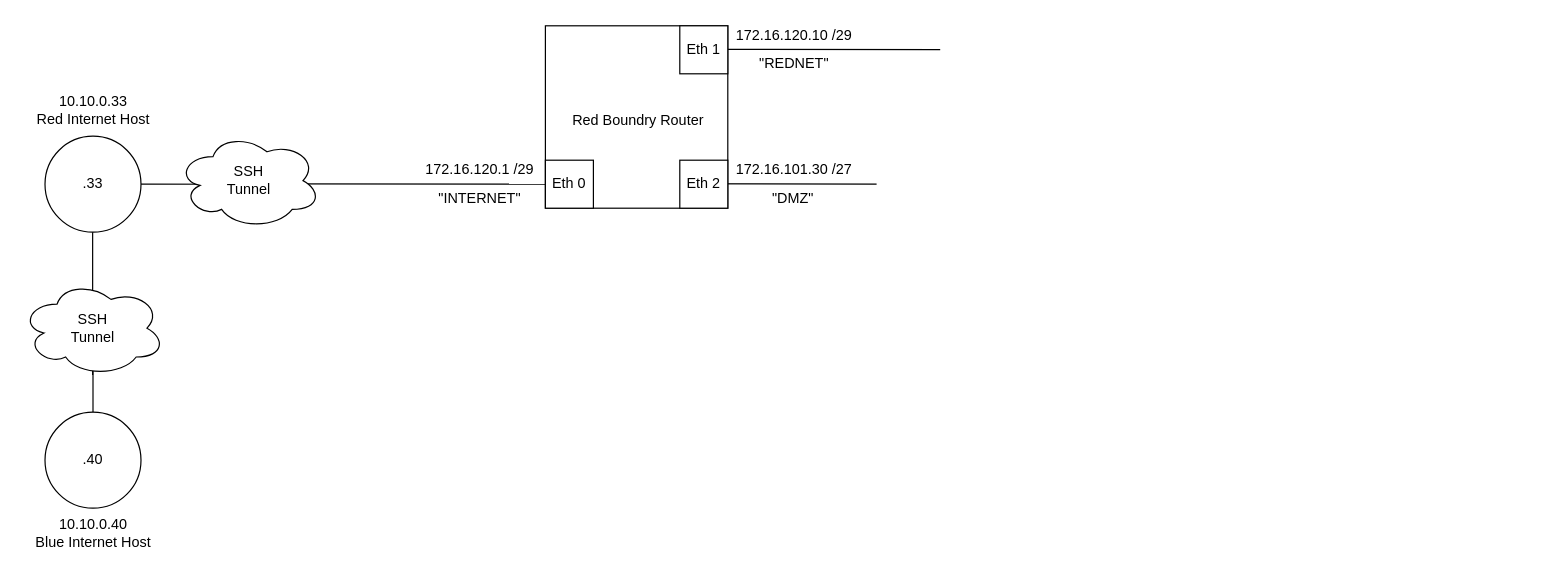
This is Untitled Diagram.drawio from Collusion22/network-map, a draw.io file, before an edit. Source tidied: cells renumbered, new cells numbered last; positions are measured from the earlier drawing's top-left corner, leaving out a move shared by most shapes. Both pictures are drawn from the tidied source at 120%, with x=0, y=0 at pixel (20, 20).
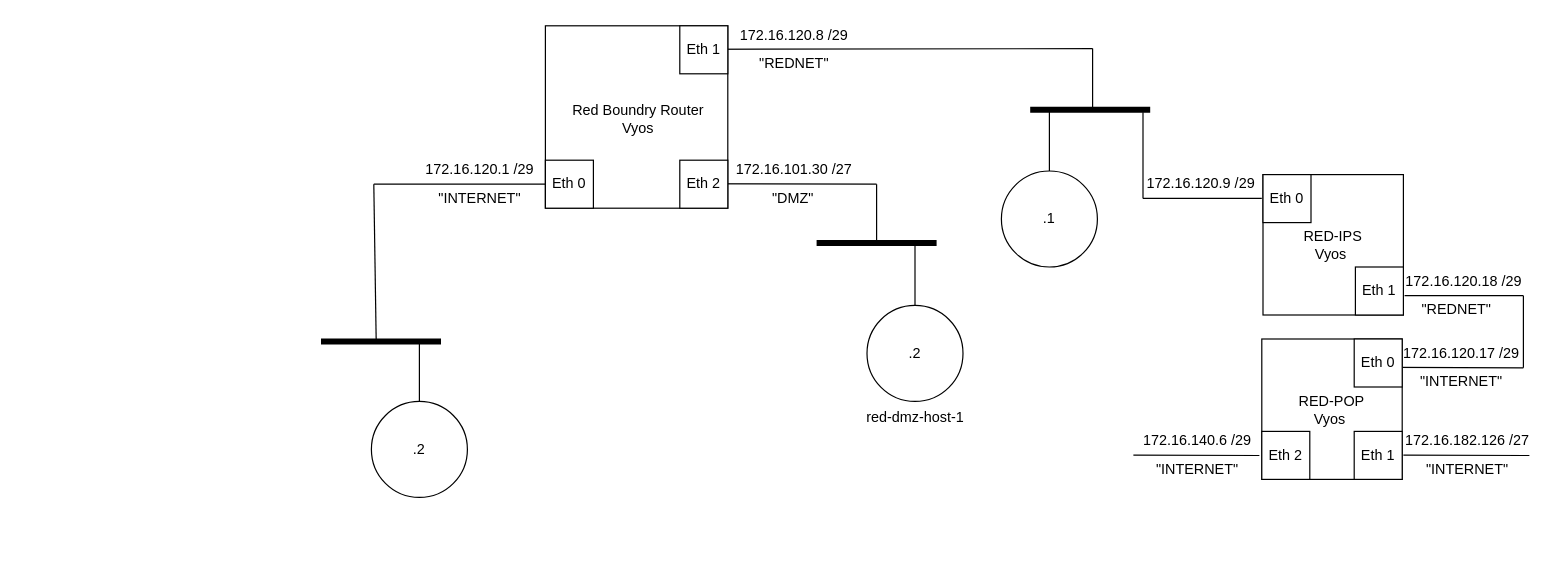
After the change.

Unchanged cells that the change refers to:
```xml
<mxCell id="19" value="Eth 0" style="whiteSpace=wrap;html=1;" parent="1" vertex="1">
  <mxGeometry x="437" y="116" width="40" height="40" as="geometry" />
</mxCell>
```

Diff of the diagram source:
```diff
@@
+    <mxCell id="25" style="endArrow=none;html=1;rounded=0;" parent="1" edge="1">
+      <mxGeometry relative="1" as="geometry">
+        <mxPoint x="1252" y="289" as="sourcePoint" />
+        <mxPoint x="1147" y="288.7" as="targetPoint" />
+      </mxGeometry>
+    </mxCell>
+    <mxCell id="26" value="172.16.120.17 /29" style="text;html=1;align=center;verticalAlign=middle;strokeColor=none;fillColor=none;spacingBottom=0;" parent="1" vertex="1">
+      <mxGeometry x="1142" y="264.9" width="115" height="24" as="geometry" />
+    </mxCell>
+    <mxCell id="27" style="endArrow=none;html=1;rounded=0;" parent="1" edge="1">
+      <mxGeometry relative="1" as="geometry">
+        <mxPoint x="1034" y="147.8" as="sourcePoint" />
+        <mxPoint x="935" y="147.8" as="targetPoint" />
+      </mxGeometry>
+    </mxCell>
+    <mxCell id="28" style="endArrow=none;html=1;rounded=0;" parent="1" edge="1">
+      <mxGeometry relative="1" as="geometry">
+        <mxPoint x="332" y="318" as="sourcePoint" />
+        <mxPoint x="332" y="267" as="targetPoint" />
+      </mxGeometry>
+    </mxCell>
     <mxCell id="2" style="endArrow=none;html=1;rounded=0;exitX=1;exitY=0.5;exitDx=0;exitDy=0;" parent="1" edge="1">
       <mxGeometry relative="1" as="geometry">
         <mxPoint x="549" y="23.6" as="sourcePoint" />
-        <mxPoint x="766" y="23.9" as="targetPoint" />
+        <mxPoint x="893" y="23" as="targetPoint" />
       </mxGeometry>
     </mxCell>
@@
-    <mxCell id="4" style="endArrow=none;html=1;rounded=0;exitX=1;exitY=0.5;exitDx=0;exitDy=0;" parent="1" edge="1" target="19">
+    <mxCell id="4" style="endArrow=none;html=1;rounded=0;" parent="1" edge="1" target="19">
       <mxGeometry relative="1" as="geometry">
-        <mxPoint x="220" y="135.7" as="sourcePoint" />
+        <mxPoint x="294" y="136" as="sourcePoint" />
       </mxGeometry>
     </mxCell>
@@
-    <mxCell id="6" style="endArrow=none;html=1;rounded=0;entryX=0.75;entryY=0.538;entryDx=0;entryDy=0;entryPerimeter=0;exitX=1;exitY=0.5;exitDx=0;exitDy=0;" parent="1" edge="1" source="12" target="14">
-      <mxGeometry relative="1" as="geometry" />
-    </mxCell>
-    <mxCell id="7" style="endArrow=none;html=1;rounded=0;" parent="1" edge="1">
-      <mxGeometry relative="1" as="geometry">
-        <mxPoint x="59.7" y="295" as="sourcePoint" />
-        <mxPoint x="59.7" y="175" as="targetPoint" />
-      </mxGeometry>
-    </mxCell>
-    <mxCell id="8" value=".40" style="ellipse;whiteSpace=wrap;html=1;" parent="1" vertex="1">
-      <mxGeometry x="20" y="326" width="80" height="80" as="geometry" />
-    </mxCell>
-    <mxCell id="9" value="10.10.0.40&lt;div&gt;Blue Internet Host&lt;/div&gt;" style="text;html=1;align=center;verticalAlign=middle;strokeColor=none;fillColor=none;" parent="1" vertex="1">
-      <mxGeometry y="407" width="120" height="40" as="geometry" />
-    </mxCell>
-    <mxCell id="10" style="endArrow=none;html=1;rounded=0;" parent="1" edge="1">
-      <mxGeometry relative="1" as="geometry">
-        <mxPoint x="60" y="326" as="sourcePoint" />
-        <mxPoint x="60" y="286" as="targetPoint" />
-      </mxGeometry>
-    </mxCell>
-    <mxCell id="11" value="SSH&lt;div&gt;Tunnel&lt;/div&gt;" style="ellipse;shape=cloud;whiteSpace=wrap;html=1;" parent="1" vertex="1">
-      <mxGeometry y="216" width="120" height="80" as="geometry" />
-    </mxCell>
-    <mxCell id="12" value=".33" style="ellipse;whiteSpace=wrap;html=1;" parent="1" vertex="1">
-      <mxGeometry x="20" y="96" width="80" height="80" as="geometry" />
-    </mxCell>
-    <mxCell id="13" value="10.10.0.33&lt;div&gt;Red Internet Host&lt;/div&gt;" style="text;html=1;align=center;verticalAlign=middle;strokeColor=none;fillColor=none;" parent="1" vertex="1">
-      <mxGeometry y="54" width="120" height="40" as="geometry" />
-    </mxCell>
-    <mxCell id="14" value="SSH&lt;div&gt;Tunnel&lt;/div&gt;" style="ellipse;shape=cloud;whiteSpace=wrap;html=1;" parent="1" vertex="1">
-      <mxGeometry x="130" y="93" width="120" height="80" as="geometry" />
-    </mxCell>
@@
-    <mxCell id="16" value="&lt;br&gt;&lt;div&gt;Red Boundry Router&lt;/div&gt;" style="text;html=1;align=center;verticalAlign=middle;strokeColor=none;fillColor=none;" parent="1" vertex="1">
-      <mxGeometry x="450" y="54" width="127" height="41" as="geometry" />
+    <mxCell id="16" value="&lt;br&gt;&lt;div&gt;Red Boundry Router&lt;/div&gt;&lt;div&gt;Vyos&lt;/div&gt;" style="text;html=1;align=center;verticalAlign=middle;strokeColor=none;fillColor=none;" parent="1" vertex="1">
+      <mxGeometry x="450" y="47" width="127" height="55" as="geometry" />
     </mxCell>
@@
-    <mxCell id="21" value="172.16.120.10 /29" style="text;html=1;align=center;verticalAlign=middle;strokeColor=none;fillColor=none;spacingBottom=0;" parent="1" vertex="1">
-      <mxGeometry x="586" width="115" height="24" as="geometry" />
+    <mxCell id="21" value="172.16.120.8 /29" style="text;html=1;align=center;verticalAlign=middle;strokeColor=none;fillColor=none;spacingBottom=0;" parent="1" vertex="1">
+      <mxGeometry x="590" width="108" height="24" as="geometry" />
     </mxCell>
@@
+    <mxCell id="29" style="endArrow=none;html=1;rounded=0;" parent="1" edge="1">
+      <mxGeometry relative="1" as="geometry">
+        <mxPoint x="713" y="185" as="sourcePoint" />
+        <mxPoint x="713" y="136" as="targetPoint" />
+      </mxGeometry>
+    </mxCell>
+    <mxCell id="30" style="endArrow=none;html=1;rounded=0;" parent="1" edge="1">
+      <mxGeometry relative="1" as="geometry">
+        <mxPoint x="296" y="267" as="sourcePoint" />
+        <mxPoint x="294" y="136" as="targetPoint" />
+      </mxGeometry>
+    </mxCell>
+    <mxCell id="31" style="endArrow=none;html=1;rounded=0;" parent="1" edge="1">
+      <mxGeometry relative="1" as="geometry">
+        <mxPoint x="893" y="72" as="sourcePoint" />
+        <mxPoint x="893" y="23" as="targetPoint" />
+      </mxGeometry>
+    </mxCell>
+    <mxCell id="32" style="shape=link;html=1;rounded=0;strokeWidth=3;width=-4;" parent="1" edge="1">
+      <mxGeometry relative="1" as="geometry">
+        <mxPoint x="841" y="74" as="sourcePoint" />
+        <mxPoint x="941" y="74" as="targetPoint" />
+      </mxGeometry>
+    </mxCell>
+    <mxCell id="33" style="shape=link;html=1;rounded=0;strokeWidth=3;width=-4;" parent="1" edge="1">
+      <mxGeometry relative="1" as="geometry">
+        <mxPoint x="663" y="185" as="sourcePoint" />
+        <mxPoint x="763" y="185" as="targetPoint" />
+      </mxGeometry>
+    </mxCell>
+    <mxCell id="34" style="shape=link;html=1;rounded=0;strokeWidth=3;width=-4;" parent="1" edge="1">
+      <mxGeometry relative="1" as="geometry">
+        <mxPoint x="250" y="267" as="sourcePoint" />
+        <mxPoint x="350" y="267" as="targetPoint" />
+      </mxGeometry>
+    </mxCell>
+    <mxCell id="35" value=".2" style="ellipse;whiteSpace=wrap;html=1;" parent="1" vertex="1">
+      <mxGeometry x="292" y="317" width="80" height="80" as="geometry" />
+    </mxCell>
+    <mxCell id="36" style="endArrow=none;html=1;rounded=0;" parent="1" edge="1">
+      <mxGeometry relative="1" as="geometry">
+        <mxPoint x="745" y="238" as="sourcePoint" />
+        <mxPoint x="745" y="187" as="targetPoint" />
+      </mxGeometry>
+    </mxCell>
+    <mxCell id="37" value=".2" style="ellipse;whiteSpace=wrap;html=1;" parent="1" vertex="1">
+      <mxGeometry x="705" y="237" width="80" height="80" as="geometry" />
+    </mxCell>
+    <mxCell id="38" style="endArrow=none;html=1;rounded=0;" parent="1" edge="1">
+      <mxGeometry relative="1" as="geometry">
+        <mxPoint x="935" y="148" as="sourcePoint" />
+        <mxPoint x="935" y="76" as="targetPoint" />
+      </mxGeometry>
+    </mxCell>
+    <mxCell id="39" value="red-dmz-host-1" style="text;html=1;align=center;verticalAlign=middle;strokeColor=none;fillColor=none;spacingBottom=0;" parent="1" vertex="1">
+      <mxGeometry x="695.5" y="319" width="99" height="24" as="geometry" />
+    </mxCell>
+    <mxCell id="40" value="&lt;div&gt;RED-IPS&lt;/div&gt;&lt;div&gt;Vyos&amp;nbsp;&lt;/div&gt;" style="whiteSpace=wrap;html=1;" parent="1" vertex="1">
+      <mxGeometry x="1035" y="128" width="117" height="117" as="geometry" />
+    </mxCell>
+    <mxCell id="41" value="Eth 0" style="whiteSpace=wrap;html=1;" parent="1" vertex="1">
+      <mxGeometry x="1035" y="128" width="40" height="40" as="geometry" />
+    </mxCell>
+    <mxCell id="42" value="172.16.120.9 /29" style="text;html=1;align=center;verticalAlign=middle;strokeColor=none;fillColor=none;spacingBottom=0;" parent="1" vertex="1">
+      <mxGeometry x="929" y="124" width="108" height="24" as="geometry" />
+    </mxCell>
+    <mxCell id="43" value="Eth 1" style="whiteSpace=wrap;html=1;" parent="1" vertex="1">
+      <mxGeometry x="1112" y="205" width="40" height="40" as="geometry" />
+    </mxCell>
+    <mxCell id="44" value="&lt;div&gt;RED-POP&lt;/div&gt;&lt;div&gt;Vyos&amp;nbsp;&lt;/div&gt;" style="whiteSpace=wrap;html=1;" parent="1" vertex="1">
+      <mxGeometry x="1034" y="265" width="117" height="117" as="geometry" />
+    </mxCell>
+    <mxCell id="45" value="Eth 0" style="whiteSpace=wrap;html=1;" parent="1" vertex="1">
+      <mxGeometry x="1111" y="265" width="40" height="40" as="geometry" />
+    </mxCell>
+    <mxCell id="46" value="Eth 1" style="whiteSpace=wrap;html=1;" parent="1" vertex="1">
+      <mxGeometry x="1111" y="342" width="40" height="40" as="geometry" />
+    </mxCell>
+    <mxCell id="47" style="endArrow=none;html=1;rounded=0;" parent="1" edge="1">
+      <mxGeometry relative="1" as="geometry">
+        <mxPoint x="1252" y="228.8" as="sourcePoint" />
+        <mxPoint x="1153" y="228.8" as="targetPoint" />
+      </mxGeometry>
+    </mxCell>
+    <mxCell id="48" value="172.16.120.18 /29" style="text;html=1;align=center;verticalAlign=middle;strokeColor=none;fillColor=none;spacingBottom=0;" parent="1" vertex="1">
+      <mxGeometry x="1144" y="205" width="115" height="24" as="geometry" />
+    </mxCell>
+    <mxCell id="49" style="endArrow=none;html=1;rounded=0;" parent="1" edge="1">
+      <mxGeometry relative="1" as="geometry">
+        <mxPoint x="1252" y="289" as="sourcePoint" />
+        <mxPoint x="1252" y="229" as="targetPoint" />
+      </mxGeometry>
+    </mxCell>
+    <mxCell id="50" value="&quot;REDNET&quot;" style="text;html=1;align=center;verticalAlign=middle;strokeColor=none;fillColor=none;spacingBottom=0;" parent="1" vertex="1">
+      <mxGeometry x="1158" y="229" width="76" height="24" as="geometry" />
+    </mxCell>
+    <mxCell id="51" value="&quot;INTERNET&quot;" style="text;html=1;align=center;verticalAlign=middle;strokeColor=none;fillColor=none;spacingBottom=0;" parent="1" vertex="1">
+      <mxGeometry x="1156.5" y="288.9" width="86" height="24" as="geometry" />
+    </mxCell>
+    <mxCell id="52" value="Eth 2" style="whiteSpace=wrap;html=1;" parent="1" vertex="1">
+      <mxGeometry x="1034" y="342" width="40" height="40" as="geometry" />
+    </mxCell>
+    <mxCell id="53" style="endArrow=none;html=1;rounded=0;" parent="1" edge="1">
+      <mxGeometry relative="1" as="geometry">
+        <mxPoint x="1032" y="362.1" as="sourcePoint" />
+        <mxPoint x="927" y="361.8" as="targetPoint" />
+      </mxGeometry>
+    </mxCell>
+    <mxCell id="54" value="172.16.140.6 /29" style="text;html=1;align=center;verticalAlign=middle;strokeColor=none;fillColor=none;spacingBottom=0;" parent="1" vertex="1">
+      <mxGeometry x="926" y="338" width="108" height="24" as="geometry" />
+    </mxCell>
+    <mxCell id="55" value="&quot;INTERNET&quot;" style="text;html=1;align=center;verticalAlign=middle;strokeColor=none;fillColor=none;spacingBottom=0;" parent="1" vertex="1">
+      <mxGeometry x="936.5" y="362" width="86" height="24" as="geometry" />
+    </mxCell>
+    <mxCell id="56" style="endArrow=none;html=1;rounded=0;" parent="1" edge="1">
+      <mxGeometry relative="1" as="geometry">
+        <mxPoint x="1257" y="362.1" as="sourcePoint" />
+        <mxPoint x="1152" y="361.8" as="targetPoint" />
+      </mxGeometry>
+    </mxCell>
+    <mxCell id="57" value="&amp;nbsp;" style="text;html=1;align=center;verticalAlign=middle;strokeColor=none;fillColor=none;spacingBottom=0;" parent="1" vertex="1">
+      <mxGeometry x="1194" y="338" width="21" height="24" as="geometry" />
+    </mxCell>
+    <mxCell id="58" value="&quot;INTERNET&quot;" style="text;html=1;align=center;verticalAlign=middle;strokeColor=none;fillColor=none;spacingBottom=0;" parent="1" vertex="1">
+      <mxGeometry x="1161.5" y="362" width="86" height="24" as="geometry" />
+    </mxCell>
+    <mxCell id="59" style="endArrow=none;html=1;rounded=0;" parent="1" edge="1">
+      <mxGeometry relative="1" as="geometry">
+        <mxPoint x="857" y="126" as="sourcePoint" />
+        <mxPoint x="857" y="75" as="targetPoint" />
+      </mxGeometry>
+    </mxCell>
+    <mxCell id="60" value=".1" style="ellipse;whiteSpace=wrap;html=1;" parent="1" vertex="1">
+      <mxGeometry x="817" y="125" width="80" height="80" as="geometry" />
+    </mxCell>
+    <mxCell id="61" value="172.16.182.126 /27" style="text;html=1;align=center;verticalAlign=middle;strokeColor=none;fillColor=none;spacingBottom=0;" parent="1" vertex="1">
+      <mxGeometry x="1144.5" y="338" width="121" height="24" as="geometry" />
+    </mxCell>
```
